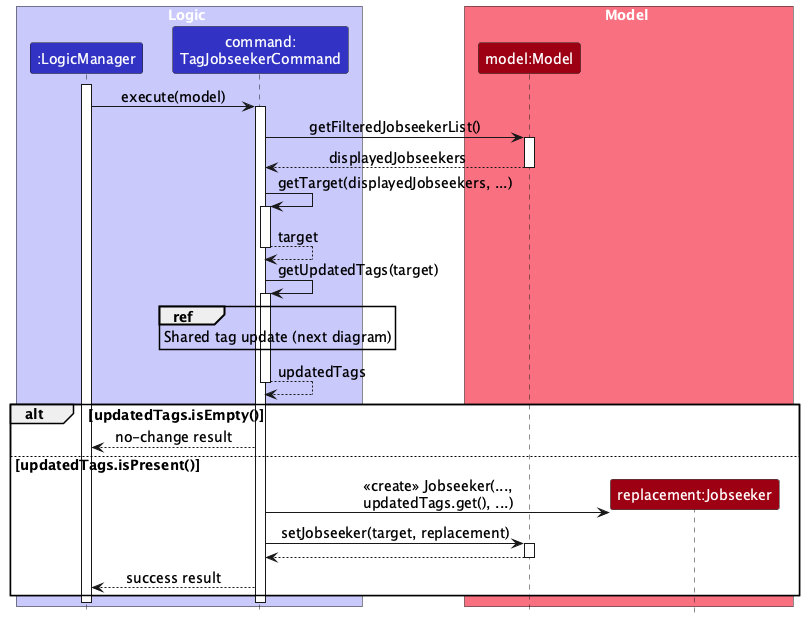
The PlantUML diagram docs/images/TagCommandExecutionDiagram.png in AY2627S1-CS2103T-F10-4/tp, before a commit. Its diagram source:
```plantuml
@startuml
!include style.puml
skinparam ArrowFontStyle plain
skinparam defaultFontSize 14

box Logic LOGIC_COLOR_T1
participant ":LogicManager" as Logic LOGIC_COLOR
participant "command:\nTagJobseekerCommand" as Command LOGIC_COLOR
end box
box Model MODEL_COLOR_T1
participant "model:Model" as Model MODEL_COLOR
participant "replacement:Jobseeker" as Replacement MODEL_COLOR
end box

activate Logic
Logic -> Command : execute(model)
activate Command
Command -> Model : getFilteredJobseekerList()
activate Model
Model --> Command : displayedJobseekers
deactivate Model
Command -> Command : getTarget(displayedJobseekers, ...)
activate Command
Command --> Command : target
deactivate Command
Command -> Command : getUpdatedTags(target)
activate Command
ref over Command : Shared tag update (next diagram)
Command --> Command : updatedTags
deactivate Command
alt updatedTags.isEmpty()
    Command --> Logic : no-change result
else updatedTags.isPresent()
    create Replacement
    Command -> Replacement : <<create>> Jobseeker(...,\nupdatedTags.get(), ...)
    Command -> Model : setJobseeker(target, replacement)
    activate Model
    Model --> Command
    deactivate Model
    Command --> Logic : success result
end
deactivate Command
deactivate Logic
@enduml
```
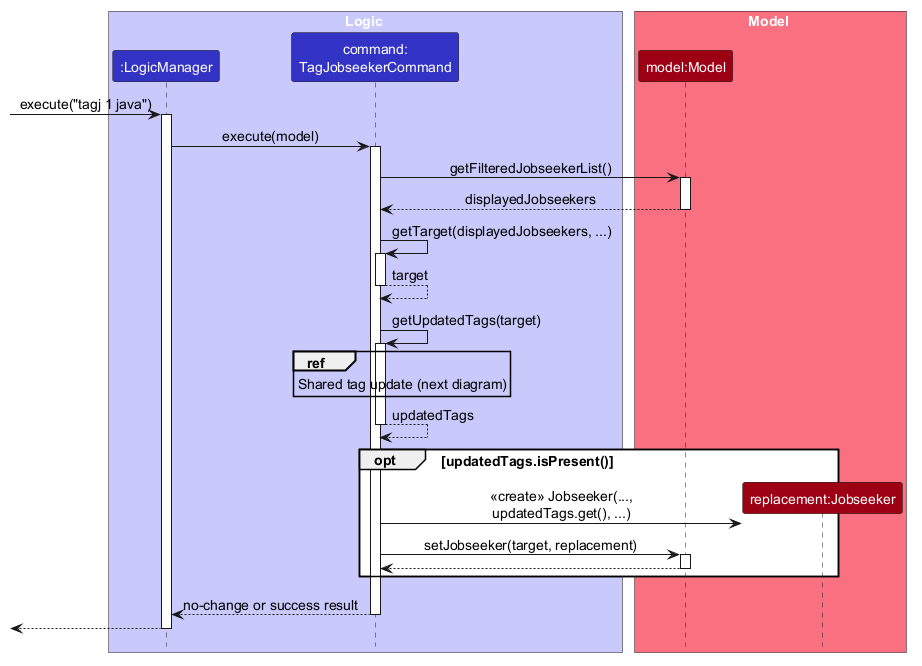
After the commit.

What changed in the source:
```diff
@@ -12,6 +12,7 @@
 participant "replacement:Jobseeker" as Replacement MODEL_COLOR
 end box
 
+[-> Logic : execute("tagj 1 java")
 activate Logic
 Logic -> Command : execute(model)
 activate Command
@@ -28,17 +29,16 @@
 ref over Command : Shared tag update (next diagram)
 Command --> Command : updatedTags
 deactivate Command
-alt updatedTags.isEmpty()
-    Command --> Logic : no-change result
-else updatedTags.isPresent()
+opt updatedTags.isPresent()
     create Replacement
     Command -> Replacement : <<create>> Jobseeker(...,\nupdatedTags.get(), ...)
     Command -> Model : setJobseeker(target, replacement)
     activate Model
     Model --> Command
     deactivate Model
-    Command --> Logic : success result
 end
+Command --> Logic : no-change or success result
 deactivate Command
+[<-- Logic
 deactivate Logic
 @enduml
```
